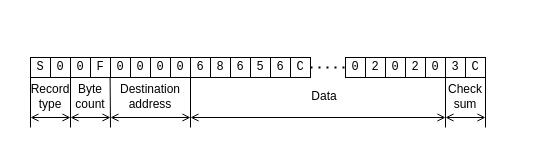
This is docs/diagrams/srec.drawio from silhavyj/ZeroMate, a draw.io file, before an edit. Source tidied: cells renumbered, new cells numbered last; positions are measured from the earlier drawing's top-left corner, leaving out a move shared by most shapes. Both pictures are drawn from the tidied source at 100%, with x=0, y=0 at pixel (20, 57).
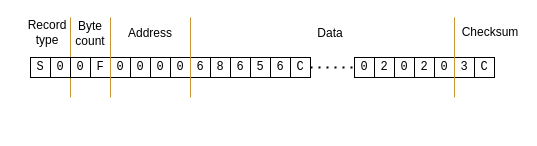
Above is the later version.

Unchanged cells that the change refers to:
```xml
<mxCell id="2" value="S" style="rounded=0;whiteSpace=wrap;html=1;fontFamily=Courier New;" parent="1" vertex="1">
  <mxGeometry x="10" width="20" height="20" as="geometry" />
</mxCell>
<mxCell id="14" value="C" style="rounded=0;whiteSpace=wrap;html=1;fontFamily=Courier New;" parent="1" vertex="1">
  <mxGeometry x="270" width="20" height="20" as="geometry" />
</mxCell>
```

What changed in the source:
```diff
@@
     <mxCell id="15" value="0" style="rounded=0;whiteSpace=wrap;html=1;fontFamily=Courier New;" parent="1" vertex="1">
-      <mxGeometry x="325" width="20" height="20" as="geometry" />
+      <mxGeometry x="334" width="20" height="20" as="geometry" />
     </mxCell>
     <mxCell id="16" value="2" style="rounded=0;whiteSpace=wrap;html=1;fontFamily=Courier New;" parent="1" vertex="1">
-      <mxGeometry x="345" width="20" height="20" as="geometry" />
+      <mxGeometry x="354" width="20" height="20" as="geometry" />
     </mxCell>
     <mxCell id="17" value="0" style="rounded=0;whiteSpace=wrap;html=1;fontFamily=Courier New;" parent="1" vertex="1">
-      <mxGeometry x="365" width="20" height="20" as="geometry" />
+      <mxGeometry x="374" width="20" height="20" as="geometry" />
     </mxCell>
     <mxCell id="18" value="2" style="rounded=0;whiteSpace=wrap;html=1;fontFamily=Courier New;" parent="1" vertex="1">
-      <mxGeometry x="385" width="20" height="20" as="geometry" />
+      <mxGeometry x="394" width="20" height="20" as="geometry" />
     </mxCell>
     <mxCell id="19" value="0" style="rounded=0;whiteSpace=wrap;html=1;fontFamily=Courier New;" parent="1" vertex="1">
-      <mxGeometry x="405" width="20" height="20" as="geometry" />
+      <mxGeometry x="414" width="20" height="20" as="geometry" />
     </mxCell>
     <mxCell id="20" value="3" style="rounded=0;whiteSpace=wrap;html=1;fontFamily=Courier New;" parent="1" vertex="1">
-      <mxGeometry x="425" width="20" height="20" as="geometry" />
+      <mxGeometry x="434" width="20" height="20" as="geometry" />
     </mxCell>
     <mxCell id="21" value="C" style="rounded=0;whiteSpace=wrap;html=1;fontFamily=Courier New;" parent="1" vertex="1">
-      <mxGeometry x="445" width="20" height="20" as="geometry" />
+      <mxGeometry x="454" width="20" height="20" as="geometry" />
     </mxCell>
-    <mxCell id="22" style="endArrow=none;dashed=1;html=1;dashPattern=1 3;strokeWidth=2;rounded=0;exitX=1;exitY=0.5;exitDx=0;exitDy=0;fontFamily=Courier New;entryX=0;entryY=0.5;entryDx=0;entryDy=0;" parent="1" edge="1" source="14" target="15">
+    <mxCell id="22" style="endArrow=none;dashed=1;html=1;dashPattern=1 3;strokeWidth=2;rounded=0;entryX=0;entryY=0.5;entryDx=0;entryDy=0;exitX=1;exitY=0.5;exitDx=0;exitDy=0;fontFamily=Courier New;" parent="1" edge="1" source="14" target="15">
       <mxGeometry relative="1" as="geometry" />
     </mxCell>
     <mxCell id="23" value="Record type" style="text;html=1;strokeColor=none;fillColor=none;align=center;verticalAlign=middle;whiteSpace=wrap;rounded=0;fontFamily=Computer Modern;" parent="1" vertex="1">
-      <mxGeometry y="24" width="60" height="30" as="geometry" />
+      <mxGeometry x="-3" y="-40" width="60" height="30" as="geometry" />
     </mxCell>
     <mxCell id="24" value="Byte &lt;br&gt;count" style="text;html=1;strokeColor=none;fillColor=none;align=center;verticalAlign=middle;whiteSpace=wrap;rounded=0;fontFamily=Computer Modern;" parent="1" vertex="1">
-      <mxGeometry x="40" y="24" width="60" height="30" as="geometry" />
+      <mxGeometry x="40" y="-39" width="60" height="30" as="geometry" />
     </mxCell>
-    <mxCell id="25" value="Destination&lt;br&gt;address" style="text;html=1;strokeColor=none;fillColor=none;align=center;verticalAlign=middle;whiteSpace=wrap;rounded=0;fontFamily=Computer Modern;" parent="1" vertex="1">
-      <mxGeometry x="100" y="24" width="60" height="30" as="geometry" />
+    <mxCell id="25" value="Address" style="text;html=1;strokeColor=none;fillColor=none;align=center;verticalAlign=middle;whiteSpace=wrap;rounded=0;fontFamily=Computer Modern;" parent="1" vertex="1">
+      <mxGeometry x="100" y="-39" width="60" height="30" as="geometry" />
     </mxCell>
     <mxCell id="26" value="Data" style="text;html=1;strokeColor=none;fillColor=none;align=center;verticalAlign=middle;whiteSpace=wrap;rounded=0;fontFamily=Computer Modern;" parent="1" vertex="1">
-      <mxGeometry x="274" y="24" width="60" height="30" as="geometry" />
+      <mxGeometry x="280" y="-39" width="60" height="30" as="geometry" />
     </mxCell>
-    <mxCell id="27" value="Check&lt;br&gt;sum" style="text;html=1;strokeColor=none;fillColor=none;align=center;verticalAlign=middle;whiteSpace=wrap;rounded=0;fontFamily=Computer Modern;" parent="1" vertex="1">
-      <mxGeometry x="420" y="24" width="50" height="30" as="geometry" />
+    <mxCell id="27" value="Checksum" style="text;html=1;strokeColor=none;fillColor=none;align=center;verticalAlign=middle;whiteSpace=wrap;rounded=0;fontFamily=Computer Modern;" parent="1" vertex="1">
+      <mxGeometry x="440" y="-40" width="60" height="30" as="geometry" />
     </mxCell>
+    <mxCell id="40" style="endArrow=none;html=1;rounded=0;strokeColor=#CA9230;" parent="1" edge="1">
+      <mxGeometry relative="1" as="geometry">
+        <mxPoint x="50" y="40" as="sourcePoint" />
+        <mxPoint x="50" y="-40" as="targetPoint" />
+      </mxGeometry>
+    </mxCell>
@@
-    <mxCell id="29" style="endArrow=none;html=1;rounded=0;entryX=0;entryY=1;entryDx=0;entryDy=0;" parent="1" edge="1" target="2">
-      <mxGeometry relative="1" as="geometry">
-        <mxPoint x="10" y="70" as="sourcePoint" />
-      </mxGeometry>
-    </mxCell>
-    <mxCell id="30" style="endArrow=none;html=1;rounded=0;entryX=0;entryY=1;entryDx=0;entryDy=0;" parent="1" edge="1">
-      <mxGeometry relative="1" as="geometry">
-        <mxPoint x="50" y="70" as="sourcePoint" />
-        <mxPoint x="50" y="20" as="targetPoint" />
-      </mxGeometry>
-    </mxCell>
-    <mxCell id="31" style="endArrow=none;html=1;rounded=0;entryX=0;entryY=1;entryDx=0;entryDy=0;" parent="1" edge="1">
-      <mxGeometry relative="1" as="geometry">
-        <mxPoint x="90" y="70" as="sourcePoint" />
-        <mxPoint x="89.6" y="20" as="targetPoint" />
-      </mxGeometry>
-    </mxCell>
-    <mxCell id="32" style="endArrow=none;html=1;rounded=0;entryX=0;entryY=1;entryDx=0;entryDy=0;" parent="1" edge="1">
-      <mxGeometry relative="1" as="geometry">
-        <mxPoint x="170" y="70" as="sourcePoint" />
-        <mxPoint x="170" y="20" as="targetPoint" />
-      </mxGeometry>
-    </mxCell>
-    <mxCell id="33" style="endArrow=none;html=1;rounded=0;entryX=0;entryY=1;entryDx=0;entryDy=0;" parent="1" edge="1" target="20">
-      <mxGeometry relative="1" as="geometry">
-        <mxPoint x="425" y="70" as="sourcePoint" />
-      </mxGeometry>
-    </mxCell>
-    <mxCell id="34" style="endArrow=open;startArrow=open;html=1;rounded=0;startFill=0;endFill=0;" parent="1" edge="1">
-      <mxGeometry relative="1" as="geometry">
-        <mxPoint x="10" y="60" as="sourcePoint" />
-        <mxPoint x="50" y="60" as="targetPoint" />
-      </mxGeometry>
-    </mxCell>
-    <mxCell id="35" style="endArrow=open;startArrow=open;html=1;rounded=0;startFill=0;endFill=0;" parent="1" edge="1">
-      <mxGeometry relative="1" as="geometry">
-        <mxPoint x="50" y="60" as="sourcePoint" />
-        <mxPoint x="90" y="60" as="targetPoint" />
-      </mxGeometry>
-    </mxCell>
-    <mxCell id="36" style="endArrow=open;startArrow=open;html=1;rounded=0;startFill=0;endFill=0;" parent="1" edge="1">
-      <mxGeometry relative="1" as="geometry">
-        <mxPoint x="90" y="60" as="sourcePoint" />
-        <mxPoint x="170" y="60" as="targetPoint" />
-      </mxGeometry>
-    </mxCell>
-    <mxCell id="37" style="endArrow=open;startArrow=open;html=1;rounded=0;startFill=0;endFill=0;" parent="1" edge="1">
-      <mxGeometry relative="1" as="geometry">
-        <mxPoint x="170" y="60" as="sourcePoint" />
-        <mxPoint x="425" y="60" as="targetPoint" />
-      </mxGeometry>
-    </mxCell>
-    <mxCell id="38" style="endArrow=none;html=1;rounded=0;entryX=1;entryY=1;entryDx=0;entryDy=0;" parent="1" edge="1" target="21">
-      <mxGeometry relative="1" as="geometry">
-        <mxPoint x="465" y="70" as="sourcePoint" />
-      </mxGeometry>
-    </mxCell>
-    <mxCell id="39" style="endArrow=open;startArrow=open;html=1;rounded=0;startFill=0;endFill=0;" parent="1" edge="1">
-      <mxGeometry relative="1" as="geometry">
-        <mxPoint x="425" y="60" as="sourcePoint" />
-        <mxPoint x="465" y="60" as="targetPoint" />
-      </mxGeometry>
-    </mxCell>
+    <mxCell id="41" style="endArrow=none;html=1;rounded=0;strokeColor=#CA9230;" parent="1" edge="1">
+      <mxGeometry relative="1" as="geometry">
+        <mxPoint x="90" y="40" as="sourcePoint" />
+        <mxPoint x="90" y="-40" as="targetPoint" />
+      </mxGeometry>
+    </mxCell>
+    <mxCell id="42" style="endArrow=none;html=1;rounded=0;strokeColor=#CA9230;" parent="1" edge="1">
+      <mxGeometry relative="1" as="geometry">
+        <mxPoint x="170" y="40" as="sourcePoint" />
+        <mxPoint x="170" y="-40" as="targetPoint" />
+      </mxGeometry>
+    </mxCell>
+    <mxCell id="43" style="endArrow=none;html=1;rounded=0;strokeColor=#CA9230;" parent="1" edge="1">
+      <mxGeometry relative="1" as="geometry">
+        <mxPoint x="434" y="40" as="sourcePoint" />
+        <mxPoint x="434" y="-40" as="targetPoint" />
+      </mxGeometry>
+    </mxCell>
```
